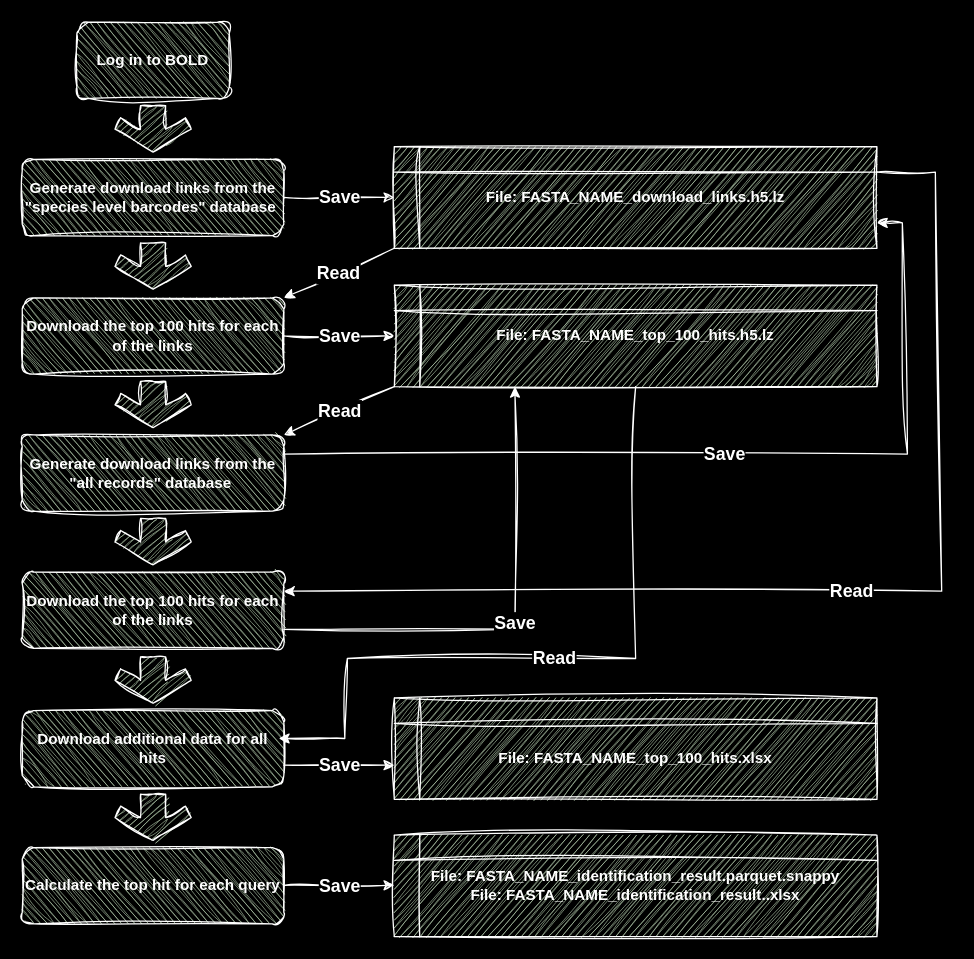
DominikBuchner/BOLDigger2 keeps this draw.io diagram as how_it_works.drawio. Above is the earlier version. Source tidied: cells renumbered, new cells numbered last; positions are measured from the earlier drawing's top-left corner, leaving out a move shared by most shapes. Both pictures are drawn from the tidied source at 127%, with x=0, y=0 at pixel (22, 22).
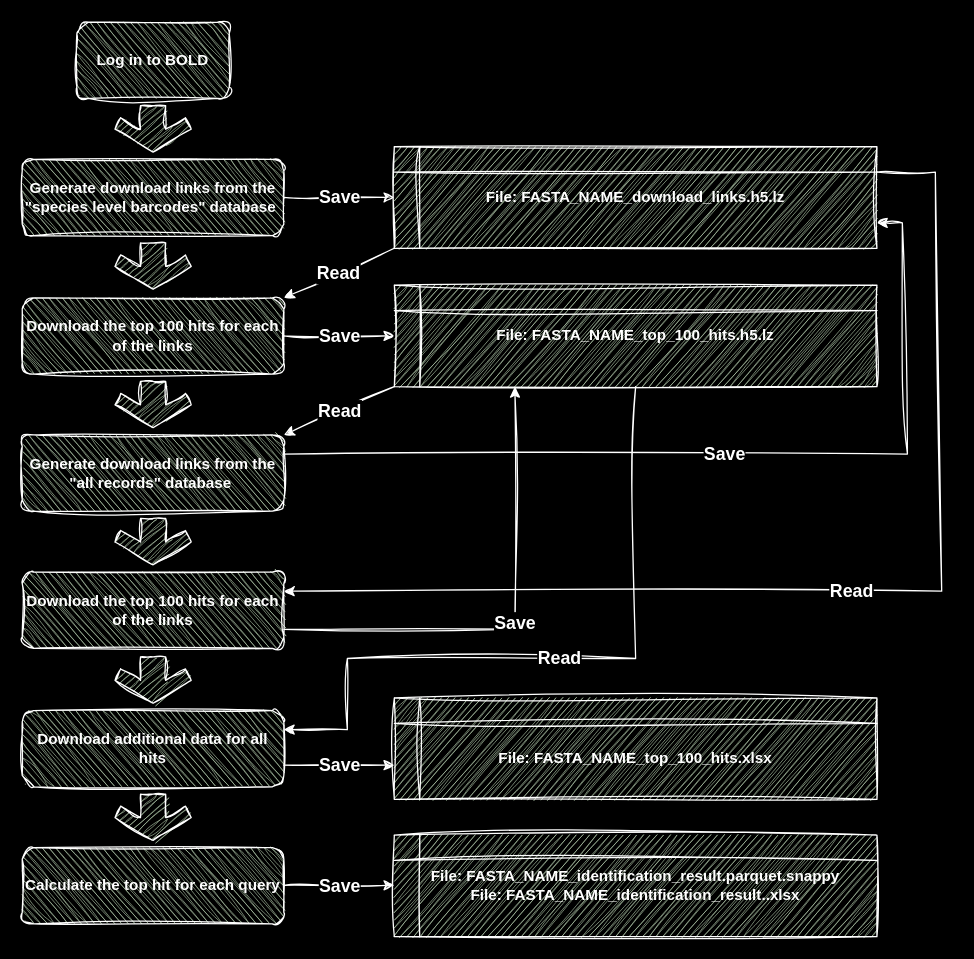
After the change.

The change refers to these unchanged cells:
```xml
<mxCell id="6" value="&lt;b&gt;&lt;font color=&quot;#ffffff&quot;&gt;File: FASTA_NAME_top_100_hits.h5.lz&lt;/font&gt;&lt;/b&gt;" style="shape=internalStorage;whiteSpace=wrap;html=1;backgroundOutline=1;labelBackgroundColor=none;fillColor=#B2C9AB;strokeColor=#FFFFFF;fontColor=#000000;sketch=1;curveFitting=1;jiggle=2;" parent="1" vertex="1">
  <mxGeometry x="293" y="207" width="380" height="80" as="geometry" />
</mxCell>
<mxCell id="14" value="&lt;b&gt;&lt;font color=&quot;#ffffff&quot;&gt;Download additional data for all hits&lt;/font&gt;&lt;/b&gt;" style="rounded=1;whiteSpace=wrap;html=1;flipV=1;labelBackgroundColor=none;fillColor=#B2C9AB;strokeColor=#ffffff;fontColor=#000000;sketch=1;curveFitting=1;jiggle=2;" parent="1" vertex="1">
  <mxGeometry y="542" width="206" height="60" as="geometry" />
</mxCell>
```

The edit, as a diff of the source:
```diff
@@
-    <mxCell id="26" value="Read" style="endArrow=classic;html=1;rounded=0;strokeColor=#ffffff;labelBackgroundColor=#000000;fontColor=#FFFFFF;fontSize=14;fontStyle=1;sketch=1;curveFitting=1;jiggle=2;entryX=1;entryY=0;entryDx=0;entryDy=0;exitX=0.5;exitY=1;exitDx=0;exitDy=0;" parent="1" edge="1" source="6">
+    <mxCell id="26" value="Read" style="endArrow=classic;html=1;rounded=0;strokeColor=#ffffff;labelBackgroundColor=#000000;fontColor=#FFFFFF;fontSize=14;fontStyle=1;sketch=1;curveFitting=1;jiggle=2;entryX=1;entryY=0.25;entryDx=0;entryDy=0;exitX=0.5;exitY=1;exitDx=0;exitDy=0;" parent="1" edge="1" source="6" target="14">
       <mxGeometry relative="1" as="geometry">
-        <mxPoint x="202" y="564" as="targetPoint" />
         <Array as="points">
           <mxPoint x="483" y="501" />
           <mxPoint x="256" y="501" />
-          <mxPoint x="254" y="564" />
+          <mxPoint x="256" y="557" />
         </Array>
       </mxGeometry>
     </mxCell>
```
